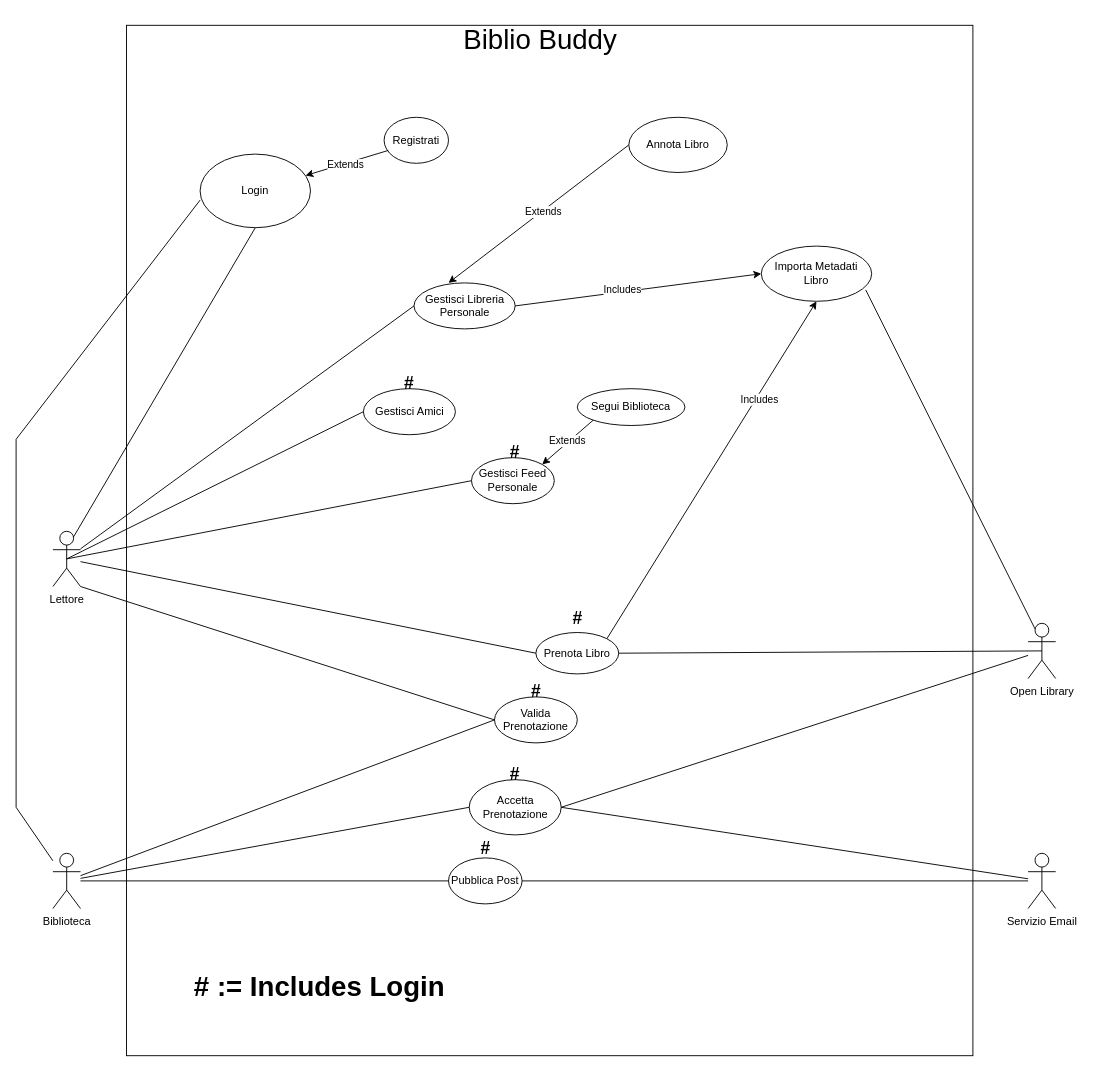
Earlier version of the draw.io diagram page "UC Diagram Attuale" (1 of 2) of Casi d'uso/Diagrammi/Diagramma casi d'uso.drawio (Tom-n7/progettoMurakami). Source tidied: cells renumbered, new cells numbered last; positions are measured from the earlier drawing's top-left corner, leaving out a move shared by most shapes. Both pictures are drawn from the tidied source at 92%, with x=0, y=0 at pixel (16, 16).
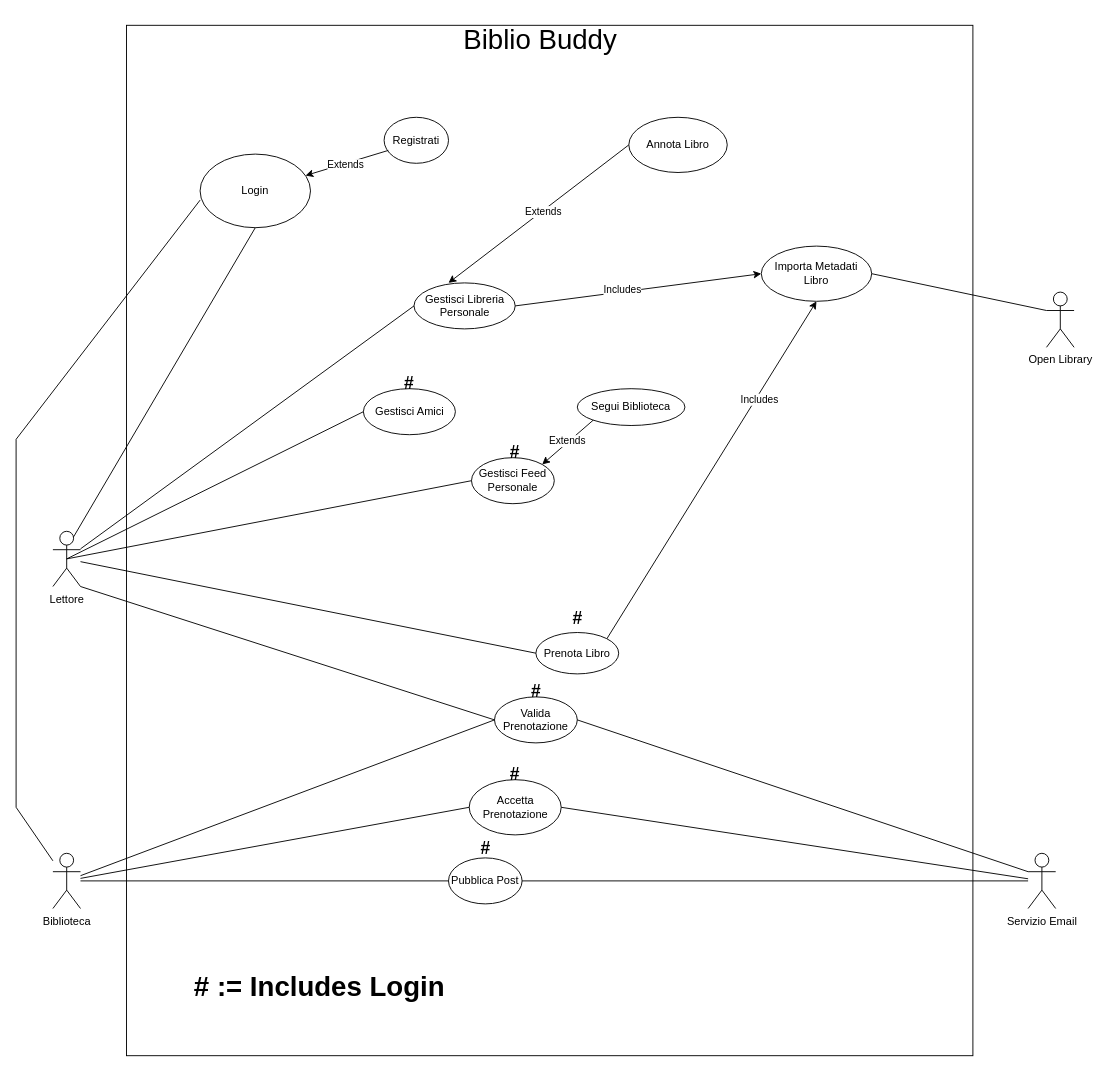
The same page after the edit.

Unchanged cells that the change refers to:
```xml
<mxCell id="11" value="Importa Metadati Libro" style="ellipse;whiteSpace=wrap;html=1;" parent="1" vertex="1">
  <mxGeometry x="810" y="250" width="120" height="60" as="geometry" />
</mxCell>
<mxCell id="12" value="Prenota Libro" style="ellipse;whiteSpace=wrap;html=1;" parent="1" vertex="1">
  <mxGeometry x="565" y="670" width="90" height="45" as="geometry" />
</mxCell>
<mxCell id="14" value="Accetta Prenotazione" style="ellipse;whiteSpace=wrap;html=1;" parent="1" vertex="1">
  <mxGeometry x="492.5" y="830" width="100" height="60" as="geometry" />
</mxCell>
<mxCell id="15" value="Valida Prenotazione" style="ellipse;whiteSpace=wrap;html=1;" parent="1" vertex="1">
  <mxGeometry x="520" y="740" width="90" height="50" as="geometry" />
</mxCell>
<mxCell id="39" value="Servizio Email" style="shape=umlActor;verticalLabelPosition=bottom;verticalAlign=top;html=1;outlineConnect=0;" parent="1" vertex="1">
  <mxGeometry x="1100" y="910" width="30" height="60" as="geometry" />
</mxCell>
```

What changed in the source:
```diff
@@
     <mxCell id="4" value="Open Library" style="shape=umlActor;verticalLabelPosition=bottom;verticalAlign=top;html=1;outlineConnect=0;" parent="1" vertex="1">
-      <mxGeometry x="1100" y="660" width="30" height="60" as="geometry" />
+      <mxGeometry x="1120" y="300" width="30" height="60" as="geometry" />
     </mxCell>
@@
-    <mxCell id="28" style="endArrow=none;html=1;rounded=0;exitX=1;exitY=0.5;exitDx=0;exitDy=0;entryX=0.5;entryY=0.5;entryDx=0;entryDy=0;entryPerimeter=0;" parent="1" edge="1" source="12" target="4">
-      <mxGeometry relative="1" as="geometry" />
-    </mxCell>
@@
-    <mxCell id="32" style="endArrow=none;html=1;rounded=0;exitX=1;exitY=0.5;exitDx=0;exitDy=0;" parent="1" edge="1" source="14" target="4">
-      <mxGeometry relative="1" as="geometry" />
-    </mxCell>
@@
-    <mxCell id="44" style="endArrow=none;html=1;rounded=0;exitX=0.25;exitY=0.1;exitDx=0;exitDy=0;exitPerimeter=0;entryX=0.946;entryY=0.794;entryDx=0;entryDy=0;entryPerimeter=0;" parent="1" edge="1" source="4" target="11">
+    <mxCell id="44" style="endArrow=none;html=1;rounded=0;exitX=0;exitY=0.3333333333333333;exitDx=0;exitDy=0;exitPerimeter=0;entryX=1;entryY=0.5;entryDx=0;entryDy=0;" parent="1" edge="1" source="4" target="11">
       <mxGeometry relative="1" as="geometry" />
     </mxCell>
@@
+    <mxCell id="52" style="endArrow=none;html=1;rounded=0;exitX=1;exitY=0.5;exitDx=0;exitDy=0;entryX=0;entryY=0.3333333333333333;entryDx=0;entryDy=0;entryPerimeter=0;" parent="1" edge="1" source="15" target="39">
+      <mxGeometry relative="1" as="geometry" />
+    </mxCell>
```
